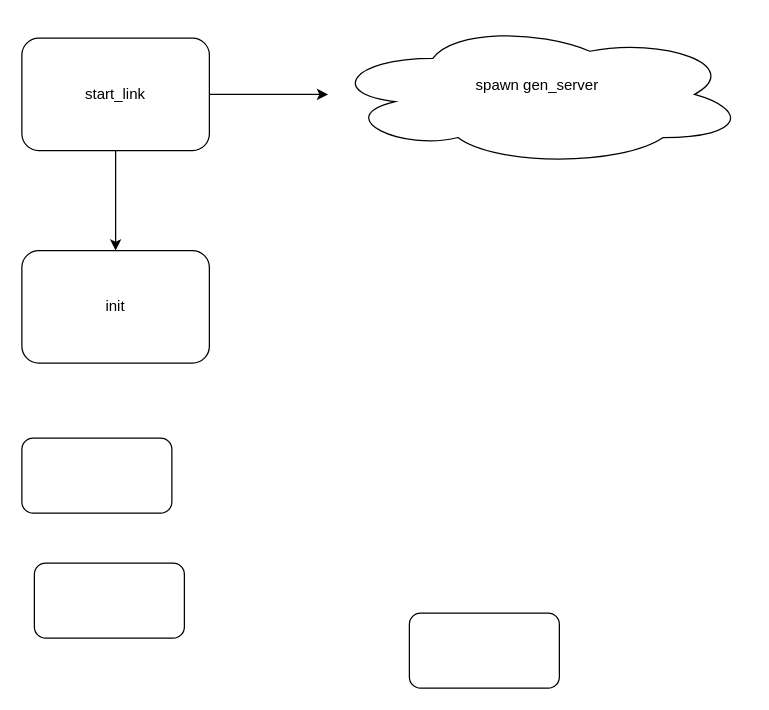
Above: page "MasterNode" (2 of 4) of ProjectDiagram.drawio in DGridish/TBRPF_protocol_project (draw.io), before the change. Source tidied: cells renumbered, new cells numbered last; positions are measured from the earlier drawing's top-left corner, leaving out a move shared by most shapes. Both pictures are drawn from the tidied source at 125%, with x=0, y=0 at pixel (21, 22).
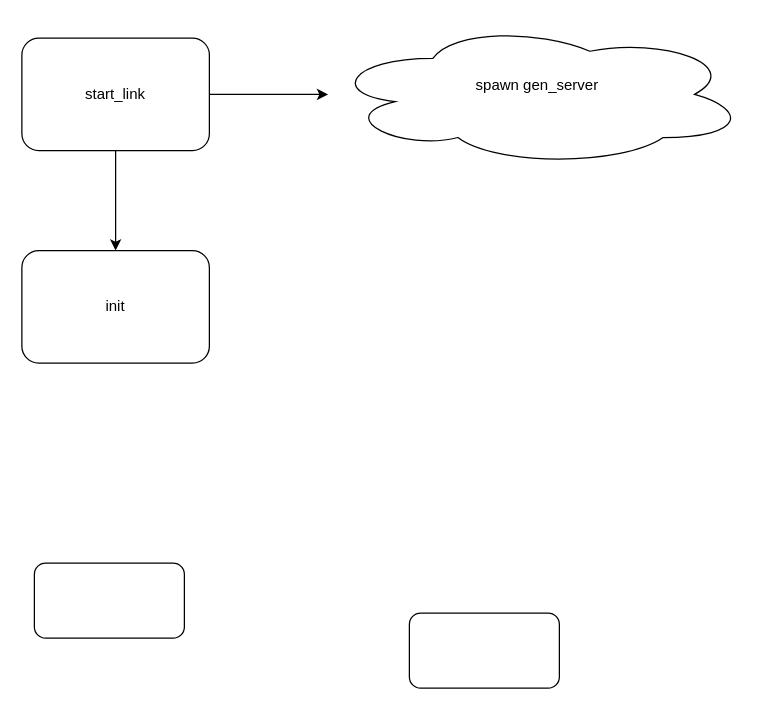
Above is the later version.

What changed in the source:
```diff
@@
 <mxGraphModel>
   <root>
     <mxCell id="0" />
     <mxCell id="1" parent="0" />
     <mxCell id="2" style="edgeStyle=orthogonalEdgeStyle;rounded=0;jettySize=auto;html=1;" parent="1" edge="1" source="4" target="8">
       <mxGeometry relative="1" as="geometry" />
     </mxCell>
     <mxCell id="3" style="edgeStyle=orthogonalEdgeStyle;rounded=0;jettySize=auto;html=1;" parent="1" edge="1" source="4" target="9">
       <mxGeometry relative="1" as="geometry" />
     </mxCell>
     <mxCell id="4" value="start_link" style="rounded=1;whiteSpace=wrap;html=1;" parent="1" vertex="1">
       <mxGeometry y="12" width="150" height="90" as="geometry" />
     </mxCell>
     <mxCell id="5" style="rounded=1;whiteSpace=wrap;html=1;" parent="1" vertex="1">
       <mxGeometry x="310" y="472" width="120" height="60" as="geometry" />
     </mxCell>
-    <mxCell id="6" style="rounded=1;whiteSpace=wrap;html=1;" parent="1" vertex="1">
-      <mxGeometry y="332" width="120" height="60" as="geometry" />
-    </mxCell>
     <mxCell id="7" style="rounded=1;whiteSpace=wrap;html=1;" parent="1" vertex="1">
       <mxGeometry x="10" y="432" width="120" height="60" as="geometry" />
     </mxCell>
     <mxCell id="8" value="&lt;span&gt;spawn gen_server&lt;br&gt;&lt;br&gt;&lt;/span&gt;" style="ellipse;shape=cloud;whiteSpace=wrap;html=1;rounded=1;" parent="1" vertex="1">
       <mxGeometry x="245" y="-0.5" width="335" height="115" as="geometry" />
     </mxCell>
     <mxCell id="9" value="init" style="rounded=1;whiteSpace=wrap;html=1;" parent="1" vertex="1">
       <mxGeometry y="182" width="150" height="90" as="geometry" />
     </mxCell>
   </root>
 </mxGraphModel>
```
